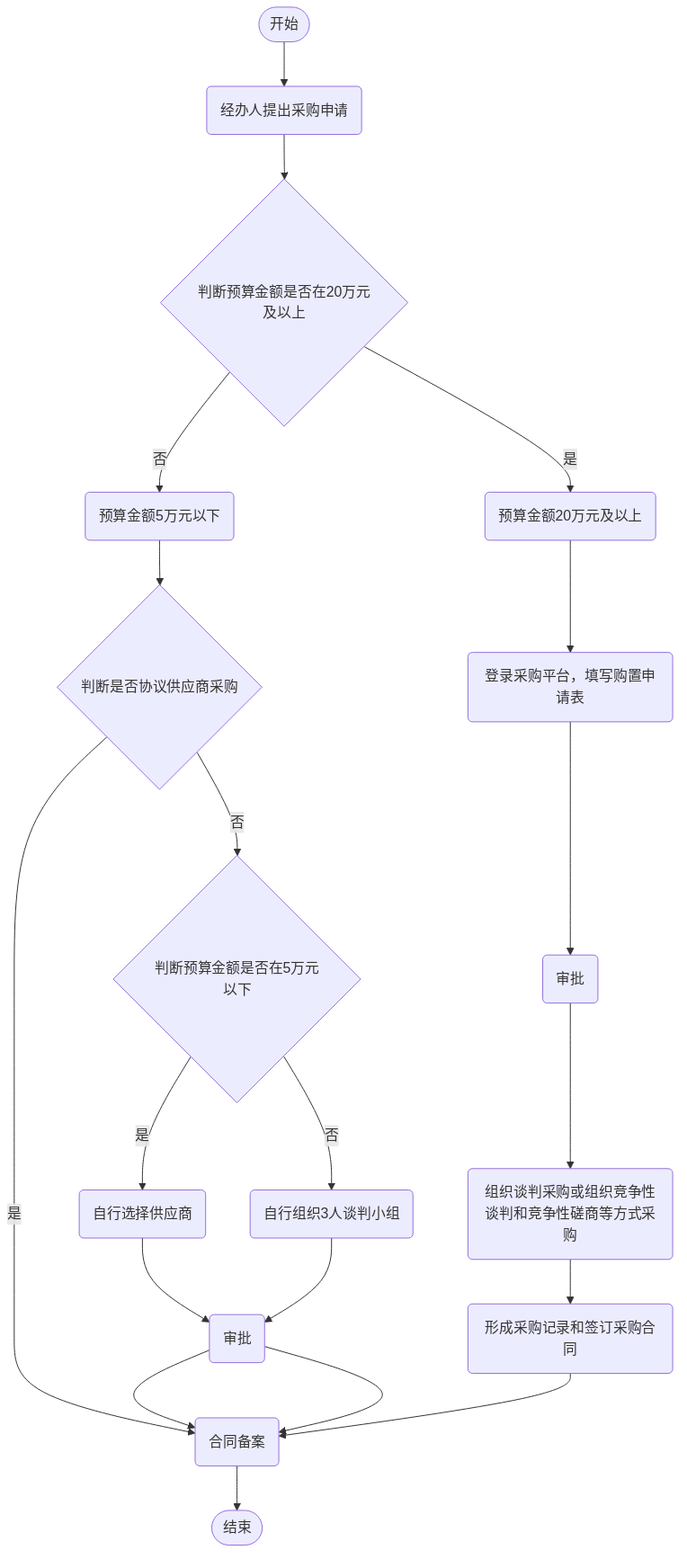
AmyIvan/work1 keeps this Mermaid diagram as outline2flow/flow_outputs/page_38.png. Above is the earlier version. Its source is kept beside it as outline2flow/mmd_outputs/page_38.mmd. The source it was exported from:
```mermaid
flowchart TD
    Start(["开始"]) --> P1("经办人提出采购申请")
    P1 --> P2{"判断预算金额是否在20万元及以上"}
    P2 --是--> P3("预算金额20万元及以上")
    P2 --否--> P4("预算金额5万元以下")
    P4 --> P5{"判断是否协议供应商采购"}
    P5 --是--> P6("合同备案")
    P5 --否--> P7{"判断预算金额是否在5万元以下"}
    P7 --是--> P8("自行选择供应商") --> P9("审批") --> P6
    P7 --否--> P10("自行组织3人谈判小组") --> P9 --> P6
    P3 --> P11("登录采购平台，填写购置申请表") --> P12("审批") --> P13("组织谈判采购或组织竞争性谈判和竞争性磋商等方式采购") --> P14("形成采购记录和签订采购合同") --> P6
    P6 --> End(["结束"])
```
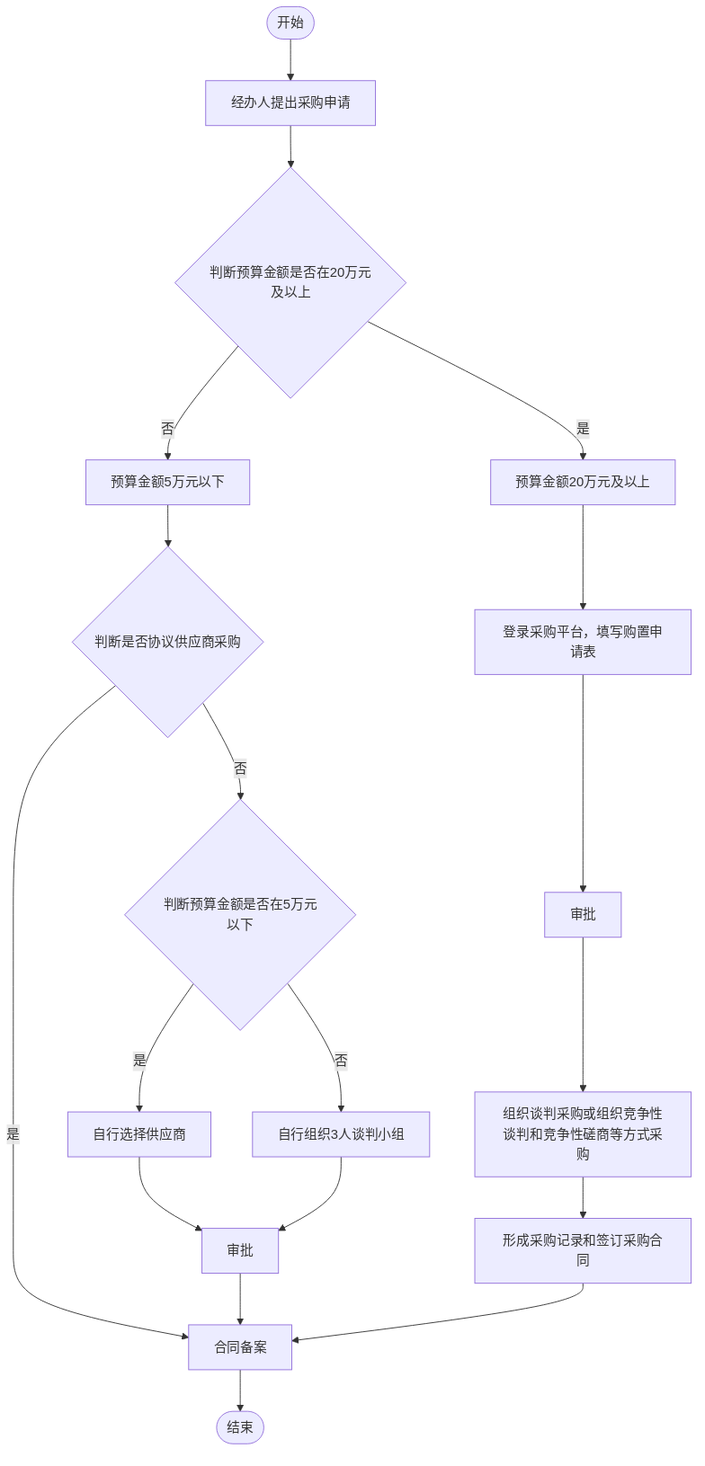
The same diagram one commit later.

Diff of the diagram source:
```diff
@@ -1,12 +1,12 @@
 flowchart TD
-    Start(["开始"]) --> P1("经办人提出采购申请")
+    Start(["开始"]) --> P1["经办人提出采购申请"]
     P1 --> P2{"判断预算金额是否在20万元及以上"}
-    P2 --是--> P3("预算金额20万元及以上")
-    P2 --否--> P4("预算金额5万元以下")
+    P2 --是--> P3["预算金额20万元及以上"]
+    P2 --否--> P4["预算金额5万元以下"]
     P4 --> P5{"判断是否协议供应商采购"}
-    P5 --是--> P6("合同备案")
+    P5 --是--> P6["合同备案"]
     P5 --否--> P7{"判断预算金额是否在5万元以下"}
-    P7 --是--> P8("自行选择供应商") --> P9("审批") --> P6
-    P7 --否--> P10("自行组织3人谈判小组") --> P9 --> P6
-    P3 --> P11("登录采购平台，填写购置申请表") --> P12("审批") --> P13("组织谈判采购或组织竞争性谈判和竞争性磋商等方式采购") --> P14("形成采购记录和签订采购合同") --> P6
+    P7 --是--> P8["自行选择供应商"] --> P9["审批"] --> P6
+    P7 --否--> P10["自行组织3人谈判小组"] --> P9
+    P3 --> P11["登录采购平台，填写购置申请表"] --> P12["审批"] --> P13["组织谈判采购或组织竞争性谈判和竞争性磋商等方式采购"] --> P14["形成采购记录和签订采购合同"] --> P6
     P6 --> End(["结束"])
```
